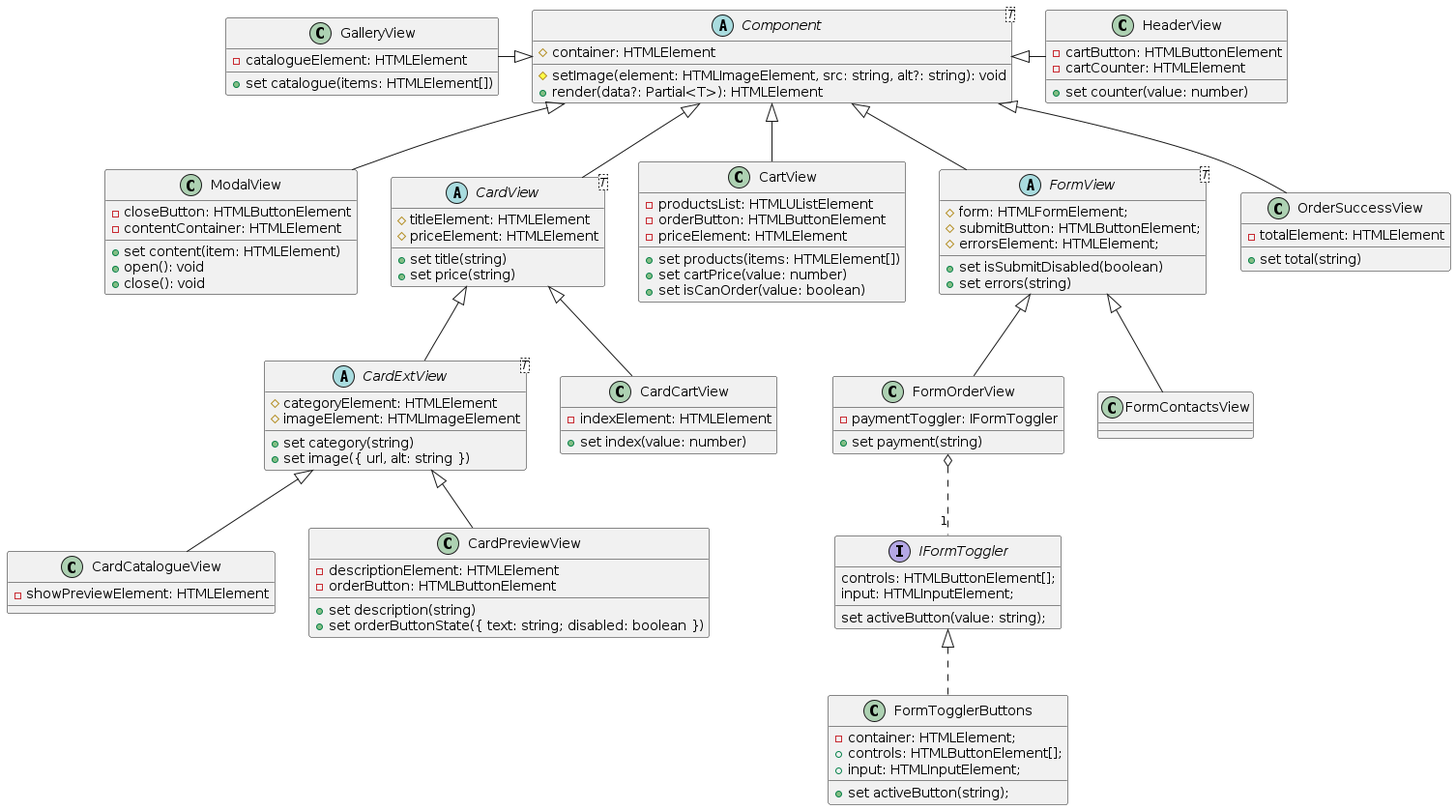
Above: ViewClassesDiagram.png in Mishbazian/weblarek (PlantUML), before the change.
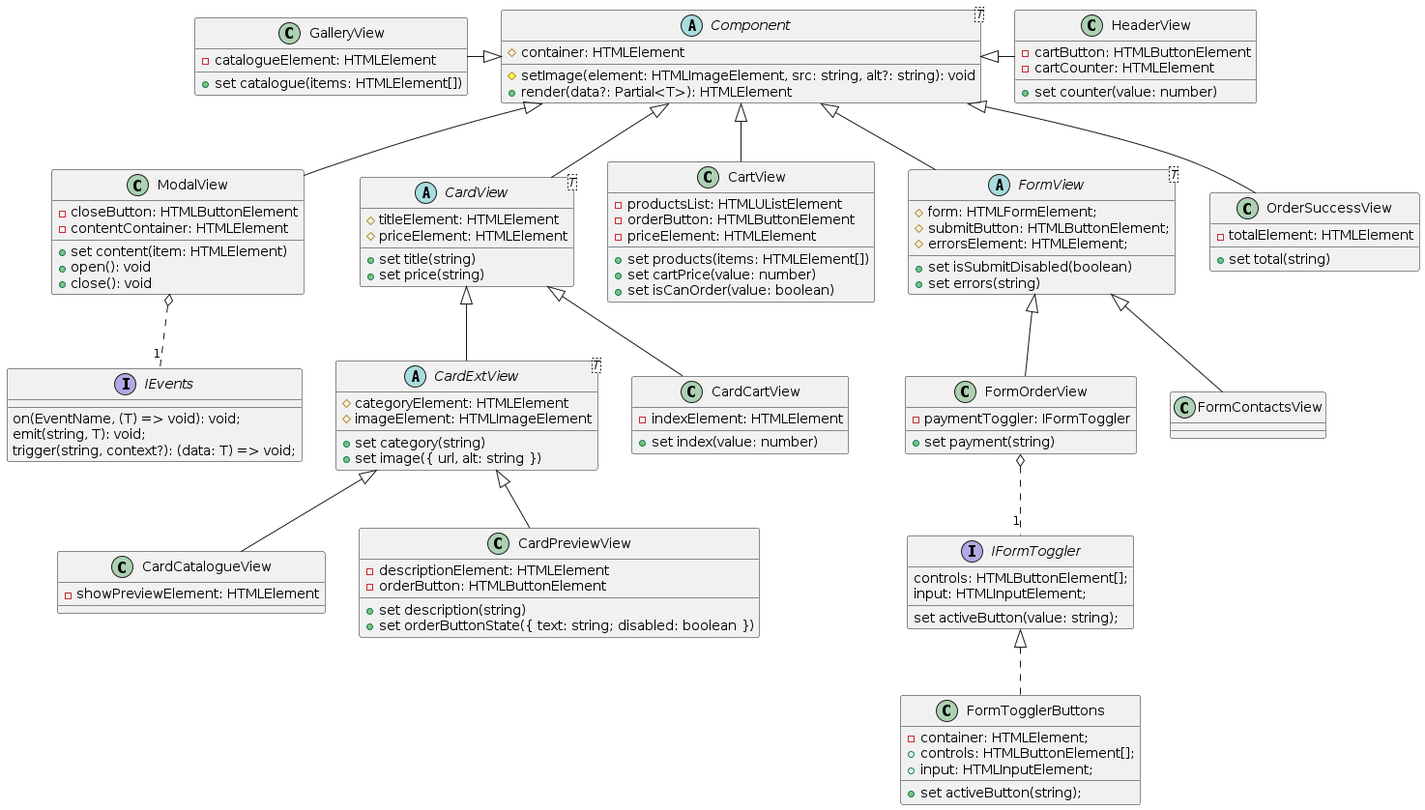
The same file after the commit.

Commit message:
feat(components): add event emmitions in ModalView

The edit, as a diff of the source:
```diff
@@ -119,6 +119,12 @@
   + set total(string)
 }
 
+interface IEvents {
+    on(EventName, (T) => void): void;
+    emit(string, T): void;
+    trigger(string, context?): (data: T) => void;
+}
 
+ModalView o.."1" IEvents
 
 @enduml
```
